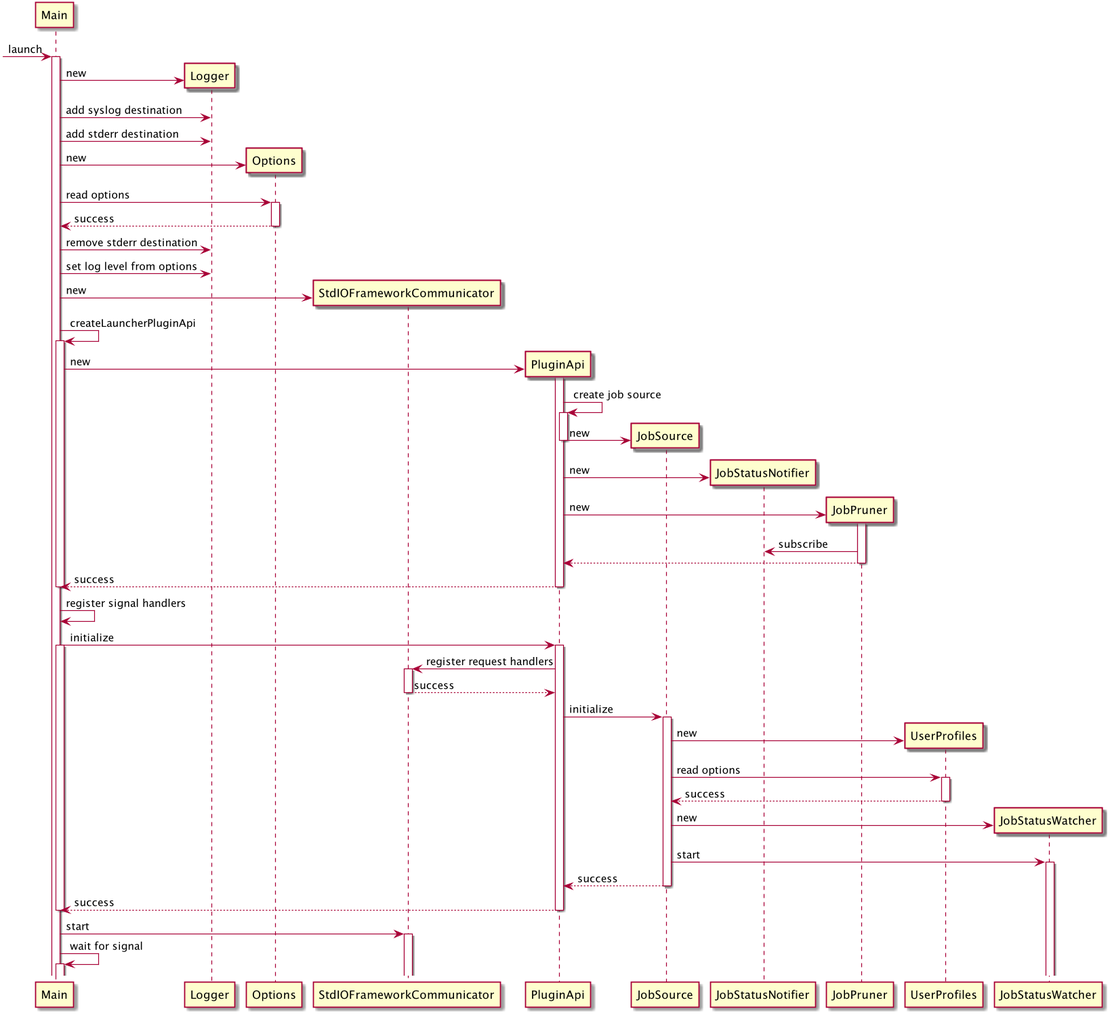
Above: docs/diagrams/images/startup-sequence.png in rstudio/rstudio-launcher-plugin-sdk (PlantUML), before the change.
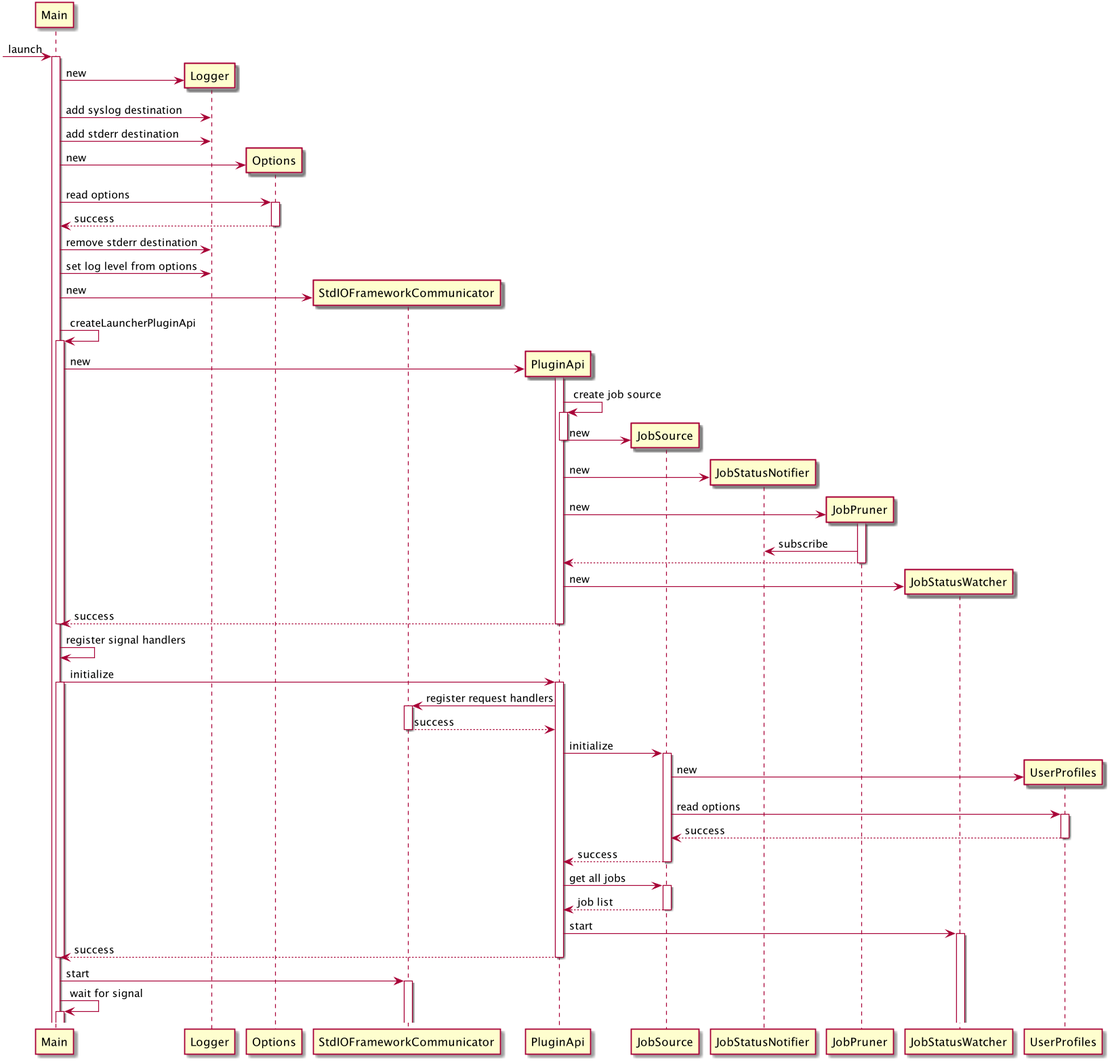
After the commit.

Commit message:
fix some order and ownership in the startup diagram

Change to the diagram source:
```diff
@@ -36,6 +36,9 @@
 JobPruner -> JobStatusNotifier : subscribe
 PluginApi <-- JobPruner --
 
+create JobStatusWatcher
+PluginApi -> JobStatusWatcher : new
+
 Main <-- PluginApi -- : success
 deactivate Main
 
@@ -47,18 +50,18 @@
 StdIOFrameworkCommunicator --> PluginApi -- : success
 
 PluginApi -> JobSource ++ : initialize
-
 create UserProfiles
 JobSource -> UserProfiles : new
 JobSource -> UserProfiles ++ : read options
 JobSource <-- UserProfiles -- : success
+PluginApi <-- JobSource -- : success
 
-create JobStatusWatcher
-JobSource -> JobStatusWatcher : new
-JobSource -> JobStatusWatcher ++ : start
+PluginApi -> JobSource ++ : get all jobs
+PluginApi <-- JobSource -- : job list
 
-PluginApi <-- JobSource -- : success
+PluginApi -> JobStatusWatcher ++ : start
 Main <-- PluginApi -- : success
+
 deactivate Main
 
 Main -> StdIOFrameworkCommunicator ++ : start
```
